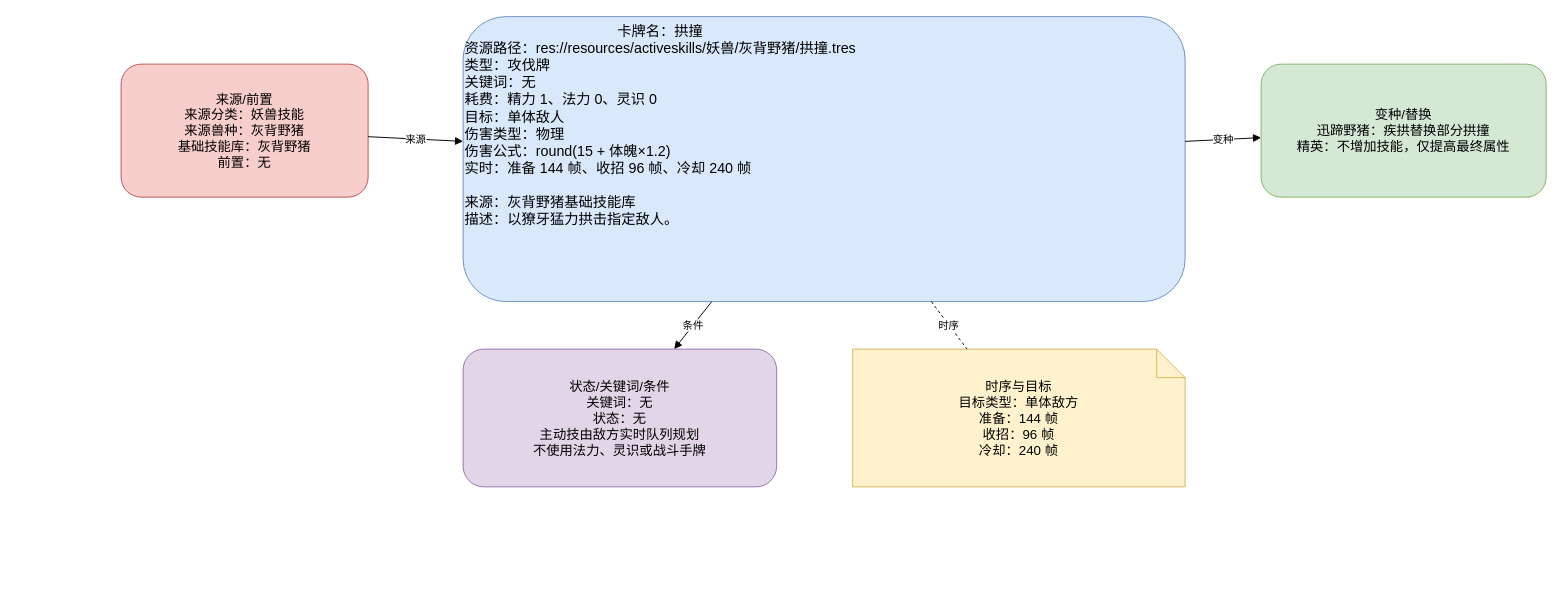
Earlier version of the draw.io diagram page "拱撞" (1 of 2) of docs/卡牌词典/妖兽/灰背野猪/拱撞.drawio (ankundanetracyc-spec/tian-guan-you-du). Source tidied: cells renumbered, new cells numbered last; positions are measured from the earlier drawing's top-left corner, leaving out a move shared by most shapes. Both pictures are drawn from the tidied source at 95%, with x=0, y=0 at pixel (121, 16).
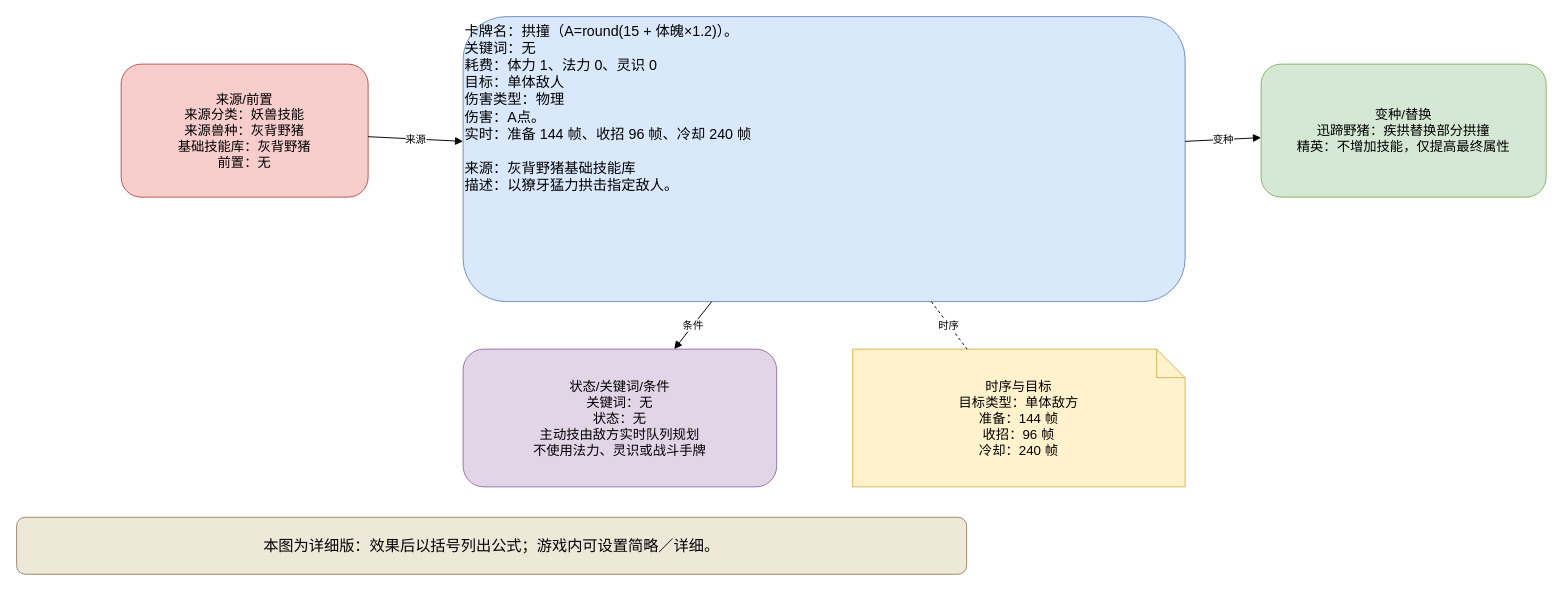
After the change.

Diff of the diagram source:
```diff
@@
 <mxGraphModel>
   <root>
     <mxCell id="0" />
     <mxCell id="1" parent="0" />
-    <mxCell id="2" value="&lt;div style=&quot;text-align:center;&quot;&gt;卡牌名：拱撞&lt;/div&gt;&lt;div style=&quot;text-align:left;&quot;&gt;资源路径：res://resources/activeskills/妖兽/灰背野猪/拱撞.tres&lt;br&gt;类型：攻伐牌&lt;br&gt;关键词：无&lt;br&gt;耗费：精力 1、法力 0、灵识 0&lt;br&gt;目标：单体敌人&lt;br&gt;伤害类型：物理&lt;br&gt;伤害公式：round(15 + 体魄×1.2)&lt;br&gt;实时：准备 144 帧、收招 96 帧、冷却 240 帧&lt;/div&gt;&lt;br&gt;来源：灰背野猪基础技能库&lt;br&gt;描述：以獠牙猛力拱击指定敌人。" style="rounded=1;whiteSpace=wrap;html=1;fillColor=#dae8fc;strokeColor=#6c8ebf;fontSize=15;align=left;verticalAlign=top;" parent="1" vertex="1">
+    <mxCell id="2" value="卡牌名：拱撞（A=round(15 + 体魄×1.2)）。&#10;关键词：无&#10;耗费：体力 1、法力 0、灵识 0&#10;目标：单体敌人&#10;伤害类型：物理&#10;伤害：A点。&#10;实时：准备 144 帧、收招 96 帧、冷却 240 帧&#10;&#10;来源：灰背野猪基础技能库&#10;描述：以獠牙猛力拱击指定敌人。" style="rounded=1;whiteSpace=wrap;html=1;fillColor=#dae8fc;strokeColor=#6c8ebf;fontSize=15;align=left;verticalAlign=top;" parent="1" vertex="1">
       <mxGeometry x="360" width="760" height="300" as="geometry" />
     </mxCell>
     <mxCell id="3" value="来源/前置&#10;来源分类：妖兽技能&#10;来源兽种：灰背野猪&#10;基础技能库：灰背野猪&#10;前置：无" style="rounded=1;whiteSpace=wrap;html=1;fillColor=#f8cecc;strokeColor=#b85450;fontSize=14;" parent="1" vertex="1">
       <mxGeometry y="50" width="260" height="140" as="geometry" />
     </mxCell>
     <mxCell id="4" value="变种/替换&#10;迅蹄野猪：疾拱替换部分拱撞&#10;精英：不增加技能，仅提高最终属性" style="rounded=1;whiteSpace=wrap;html=1;fillColor=#d5e8d4;strokeColor=#82b366;fontSize=14;" parent="1" vertex="1">
       <mxGeometry x="1200" y="50" width="300" height="140" as="geometry" />
     </mxCell>
     <mxCell id="5" value="状态/关键词/条件&#10;关键词：无&#10;状态：无&#10;主动技由敌方实时队列规划&#10;不使用法力、灵识或战斗手牌" style="rounded=1;whiteSpace=wrap;html=1;fillColor=#e1d5e7;strokeColor=#9673a6;fontSize=14;" parent="1" vertex="1">
       <mxGeometry x="360" y="350" width="330" height="145" as="geometry" />
     </mxCell>
     <mxCell id="6" value="时序与目标&#10;目标类型：单体敌方&#10;准备：144 帧&#10;收招：96 帧&#10;冷却：240 帧" style="shape=note;whiteSpace=wrap;html=1;fillColor=#fff2cc;strokeColor=#d6b656;fontSize=14;" parent="1" vertex="1">
       <mxGeometry x="770" y="350" width="350" height="145" as="geometry" />
     </mxCell>
     <mxCell id="7" value="来源" style="endArrow=block;html=1;rounded=0;" parent="1" edge="1" source="3" target="2">
       <mxGeometry relative="1" as="geometry" />
     </mxCell>
     <mxCell id="8" value="变种" style="endArrow=block;html=1;rounded=0;" parent="1" edge="1" source="2" target="4">
       <mxGeometry relative="1" as="geometry" />
     </mxCell>
     <mxCell id="9" value="条件" style="endArrow=block;html=1;rounded=0;" parent="1" edge="1" source="2" target="5">
       <mxGeometry relative="1" as="geometry" />
     </mxCell>
     <mxCell id="10" value="时序" style="endArrow=none;dashed=1;html=1;" parent="1" edge="1" source="2" target="6">
       <mxGeometry relative="1" as="geometry" />
     </mxCell>
+    <mxCell id="11" value="本图为详细版：效果后以括号列出公式；游戏内可设置简略／详细。" style="rounded=1;whiteSpace=wrap;html=1;fillColor=#eee8d8;strokeColor=#9a8967;fontSize=16;" parent="1" vertex="1">
+      <mxGeometry x="-110" y="527" width="1000" height="60" as="geometry" />
+    </mxCell>
   </root>
 </mxGraphModel>
```
